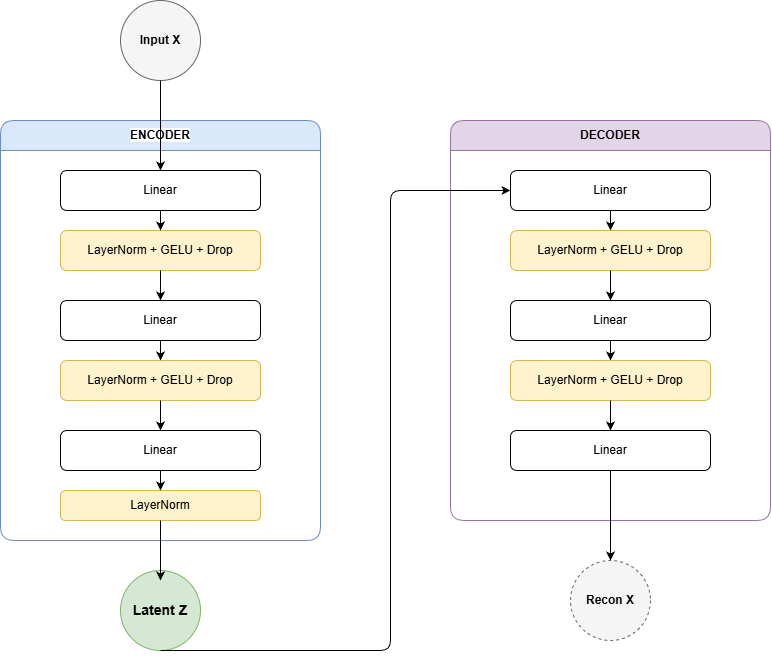
Earlier version of the draw.io export Documentazione/images/modelsss/AutoEncApp2.png (Fonty02/HallucinationDetection). Source tidied: cells renumbered, new cells last; positions are measured from the earlier drawing's top-left corner, leaving out a move shared by most shapes. The source it was exported from:
```xml
<mxGraphModel>
  <root>
    <mxCell id="0" />
    <mxCell id="1" parent="0" />
    <mxCell id="2" value="Input X" style="ellipse;whiteSpace=wrap;html=1;fillColor=#f5f5f5;strokeColor=#666666;fontStyle=1;" parent="1" vertex="1">
      <mxGeometry x="120" width="80" height="80" as="geometry" />
    </mxCell>
    <mxCell id="3" value="&lt;span style=&quot;background-color: light-dark(#ffffff, var(--ge-dark-color, #121212)); line-height: 140%;&quot;&gt;ENCODER&lt;/span&gt;" style="swimlane;whiteSpace=wrap;html=1;fillColor=#dae8fc;strokeColor=#6c8ebf;startSize=30;rounded=1;swimlaneLine=1;" parent="1" vertex="1">
      <mxGeometry y="120" width="320" height="420" as="geometry" />
    </mxCell>
    <mxCell id="4" value="Linear" style="rounded=1;whiteSpace=wrap;html=1;fillColor=#ffffff;strokeColor=#000000;" parent="3" vertex="1">
      <mxGeometry x="60" y="50" width="200" height="40" as="geometry" />
    </mxCell>
    <mxCell id="5" value="LayerNorm + GELU + Drop" style="rounded=1;whiteSpace=wrap;html=1;fillColor=#fff2cc;strokeColor=#d6b656;" parent="3" vertex="1">
      <mxGeometry x="60" y="110" width="200" height="40" as="geometry" />
    </mxCell>
    <mxCell id="6" value="Linear" style="rounded=1;whiteSpace=wrap;html=1;fillColor=#ffffff;strokeColor=#000000;" parent="3" vertex="1">
      <mxGeometry x="60" y="180" width="200" height="40" as="geometry" />
    </mxCell>
    <mxCell id="7" value="LayerNorm + GELU + Drop" style="rounded=1;whiteSpace=wrap;html=1;fillColor=#fff2cc;strokeColor=#d6b656;" parent="3" vertex="1">
      <mxGeometry x="60" y="240" width="200" height="40" as="geometry" />
    </mxCell>
    <mxCell id="8" value="Linear" style="rounded=1;whiteSpace=wrap;html=1;fillColor=#ffffff;strokeColor=#000000;" parent="3" vertex="1">
      <mxGeometry x="60" y="310" width="200" height="40" as="geometry" />
    </mxCell>
    <mxCell id="9" value="LayerNorm" style="rounded=1;whiteSpace=wrap;html=1;fillColor=#fff2cc;strokeColor=#d6b656;" parent="3" vertex="1">
      <mxGeometry x="60" y="370" width="200" height="30" as="geometry" />
    </mxCell>
    <mxCell id="10" parent="3" edge="1" source="4" target="5">
      <mxGeometry relative="1" as="geometry" />
    </mxCell>
    <mxCell id="11" parent="3" edge="1" source="5" target="6">
      <mxGeometry relative="1" as="geometry" />
    </mxCell>
    <mxCell id="12" parent="3" edge="1" source="6" target="7">
      <mxGeometry relative="1" as="geometry" />
    </mxCell>
    <mxCell id="13" parent="3" edge="1" source="7" target="8">
      <mxGeometry relative="1" as="geometry" />
    </mxCell>
    <mxCell id="14" parent="3" edge="1" source="8" target="9">
      <mxGeometry relative="1" as="geometry" />
    </mxCell>
    <mxCell id="15" value="Latent Z" style="ellipse;whiteSpace=wrap;html=1;fillColor=#d5e8d4;strokeColor=#82b366;fontStyle=1;fontSize=14;" parent="1" vertex="1">
      <mxGeometry x="120" y="570" width="80" height="80" as="geometry" />
    </mxCell>
    <mxCell id="16" value="DECODER" style="swimlane;whiteSpace=wrap;html=1;fillColor=#e1d5e7;strokeColor=#9673a6;startSize=30;rounded=1;" parent="1" vertex="1">
      <mxGeometry x="450" y="120" width="320" height="400" as="geometry" />
    </mxCell>
    <mxCell id="17" value="Linear" style="rounded=1;whiteSpace=wrap;html=1;fillColor=#ffffff;strokeColor=#000000;" parent="16" vertex="1">
      <mxGeometry x="60" y="50" width="200" height="40" as="geometry" />
    </mxCell>
    <mxCell id="18" value="LayerNorm + GELU + Drop" style="rounded=1;whiteSpace=wrap;html=1;fillColor=#fff2cc;strokeColor=#d6b656;" parent="16" vertex="1">
      <mxGeometry x="60" y="110" width="200" height="40" as="geometry" />
    </mxCell>
    <mxCell id="19" value="Linear" style="rounded=1;whiteSpace=wrap;html=1;fillColor=#ffffff;strokeColor=#000000;" parent="16" vertex="1">
      <mxGeometry x="60" y="180" width="200" height="40" as="geometry" />
    </mxCell>
    <mxCell id="20" value="LayerNorm + GELU + Drop" style="rounded=1;whiteSpace=wrap;html=1;fillColor=#fff2cc;strokeColor=#d6b656;" parent="16" vertex="1">
      <mxGeometry x="60" y="240" width="200" height="40" as="geometry" />
    </mxCell>
    <mxCell id="21" value="Linear" style="rounded=1;whiteSpace=wrap;html=1;fillColor=#ffffff;strokeColor=#000000;" parent="16" vertex="1">
      <mxGeometry x="60" y="310" width="200" height="40" as="geometry" />
    </mxCell>
    <mxCell id="22" parent="16" edge="1" source="17" target="18">
      <mxGeometry relative="1" as="geometry" />
    </mxCell>
    <mxCell id="23" parent="16" edge="1" source="18" target="19">
      <mxGeometry relative="1" as="geometry" />
    </mxCell>
    <mxCell id="24" parent="16" edge="1" source="19" target="20">
      <mxGeometry relative="1" as="geometry" />
    </mxCell>
    <mxCell id="25" parent="16" edge="1" source="20" target="21">
      <mxGeometry relative="1" as="geometry" />
    </mxCell>
    <mxCell id="26" style="endArrow=classic;html=1;entryX=0;entryY=0.5;entryDx=0;entryDy=0;" parent="16" edge="1" target="17">
      <mxGeometry relative="1" as="geometry">
        <mxPoint x="-290" y="530" as="sourcePoint" />
        <Array as="points">
          <mxPoint x="-60" y="530" />
          <mxPoint x="-60" y="70" />
        </Array>
      </mxGeometry>
    </mxCell>
    <mxCell id="27" value="Recon X" style="ellipse;whiteSpace=wrap;html=1;fillColor=#f5f5f5;strokeColor=#666666;fontStyle=1;dashed=1;" parent="1" vertex="1">
      <mxGeometry x="570" y="560" width="80" height="80" as="geometry" />
    </mxCell>
    <mxCell id="28" style="endArrow=classic;html=1;exitX=0.5;exitY=1;" parent="1" edge="1" source="2" target="4">
      <mxGeometry relative="1" as="geometry" />
    </mxCell>
    <mxCell id="29" style="endArrow=classic;html=1;exitX=0.5;exitY=1;" parent="1" edge="1" source="9">
      <mxGeometry relative="1" as="geometry">
        <mxPoint x="160" y="580" as="targetPoint" />
      </mxGeometry>
    </mxCell>
    <mxCell id="30" style="endArrow=classic;html=1;exitX=0.5;exitY=1;" parent="1" edge="1" source="21" target="27">
      <mxGeometry relative="1" as="geometry" />
    </mxCell>
  </root>
</mxGraphModel>
```
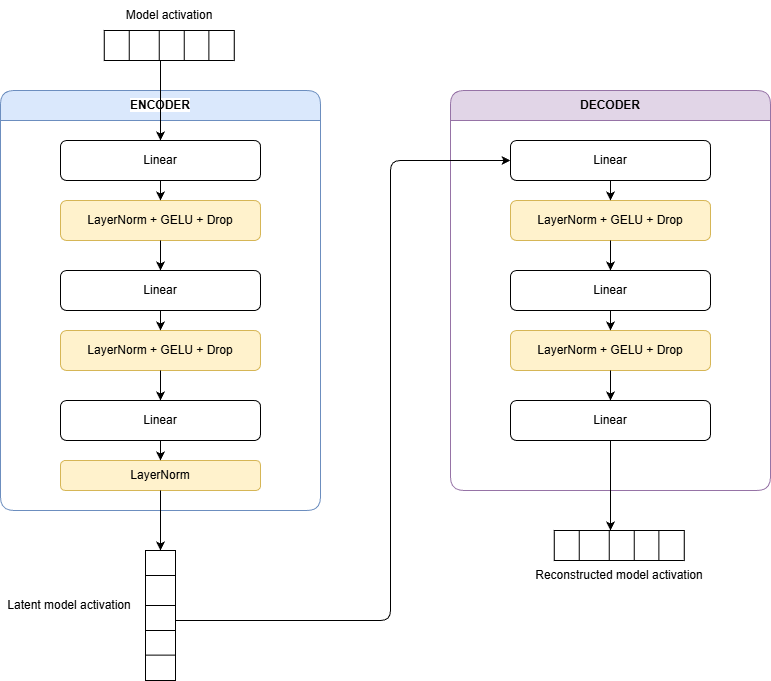
Above is the later version.

Change to the diagram source:
```diff
@@ -2,9 +2,6 @@
   <root>
     <mxCell id="0" />
     <mxCell id="1" parent="0" />
-    <mxCell id="2" value="Input X" style="ellipse;whiteSpace=wrap;html=1;fillColor=#f5f5f5;strokeColor=#666666;fontStyle=1;" parent="1" vertex="1">
-      <mxGeometry x="120" width="80" height="80" as="geometry" />
-    </mxCell>
     <mxCell id="3" value="&lt;span style=&quot;background-color: light-dark(#ffffff, var(--ge-dark-color, #121212)); line-height: 140%;&quot;&gt;ENCODER&lt;/span&gt;" style="swimlane;whiteSpace=wrap;html=1;fillColor=#dae8fc;strokeColor=#6c8ebf;startSize=30;rounded=1;swimlaneLine=1;" parent="1" vertex="1">
       <mxGeometry y="120" width="320" height="420" as="geometry" />
     </mxCell>
@@ -41,9 +38,6 @@
     <mxCell id="14" parent="3" edge="1" source="8" target="9">
       <mxGeometry relative="1" as="geometry" />
     </mxCell>
-    <mxCell id="15" value="Latent Z" style="ellipse;whiteSpace=wrap;html=1;fillColor=#d5e8d4;strokeColor=#82b366;fontStyle=1;fontSize=14;" parent="1" vertex="1">
-      <mxGeometry x="120" y="570" width="80" height="80" as="geometry" />
-    </mxCell>
     <mxCell id="16" value="DECODER" style="swimlane;whiteSpace=wrap;html=1;fillColor=#e1d5e7;strokeColor=#9673a6;startSize=30;rounded=1;" parent="1" vertex="1">
       <mxGeometry x="450" y="120" width="320" height="400" as="geometry" />
     </mxCell>
@@ -83,19 +77,119 @@
         </Array>
       </mxGeometry>
     </mxCell>
-    <mxCell id="27" value="Recon X" style="ellipse;whiteSpace=wrap;html=1;fillColor=#f5f5f5;strokeColor=#666666;fontStyle=1;dashed=1;" parent="1" vertex="1">
-      <mxGeometry x="570" y="560" width="80" height="80" as="geometry" />
-    </mxCell>
-    <mxCell id="28" style="endArrow=classic;html=1;exitX=0.5;exitY=1;" parent="1" edge="1" source="2" target="4">
-      <mxGeometry relative="1" as="geometry" />
+    <mxCell id="28" style="endArrow=classic;html=1;exitX=0.5;exitY=1;" parent="1" edge="1" target="4">
+      <mxGeometry relative="1" as="geometry">
+        <mxPoint x="160" y="80" as="sourcePoint" />
+      </mxGeometry>
     </mxCell>
     <mxCell id="29" style="endArrow=classic;html=1;exitX=0.5;exitY=1;" parent="1" edge="1" source="9">
       <mxGeometry relative="1" as="geometry">
         <mxPoint x="160" y="580" as="targetPoint" />
       </mxGeometry>
     </mxCell>
-    <mxCell id="30" style="endArrow=classic;html=1;exitX=0.5;exitY=1;" parent="1" edge="1" source="21" target="27">
-      <mxGeometry relative="1" as="geometry" />
+    <mxCell id="30" style="endArrow=classic;html=1;exitX=0.5;exitY=1;" parent="1" edge="1" source="21">
+      <mxGeometry relative="1" as="geometry">
+        <mxPoint x="610" y="560" as="targetPoint" />
+      </mxGeometry>
     </mxCell>
+    <mxCell id="31" style="group;rotation=90;" parent="1" vertex="1">
+      <mxGeometry x="153.8" y="10" width="30" height="130" as="geometry" />
+    </mxCell>
+    <mxCell id="32" style="rounded=0;whiteSpace=wrap;html=1;rotation=180;" parent="31" vertex="1">
+      <mxGeometry x="-50" y="50" width="130" height="30" as="geometry" />
+    </mxCell>
+    <mxCell id="33" style="endArrow=none;html=1;rounded=0;exitX=0.195;exitY=0.997;exitDx=0;exitDy=0;exitPerimeter=0;entryX=0.195;entryY=0.003;entryDx=0;entryDy=0;entryPerimeter=0;" parent="31" edge="1" source="32" target="32">
+      <mxGeometry relative="1" as="geometry" />
+    </mxCell>
+    <mxCell id="34" style="endArrow=none;html=1;rounded=0;exitX=0.195;exitY=0.997;exitDx=0;exitDy=0;exitPerimeter=0;entryX=0.195;entryY=0.003;entryDx=0;entryDy=0;entryPerimeter=0;" parent="31" edge="1">
+      <mxGeometry relative="1" as="geometry">
+        <mxPoint x="30" y="50" as="sourcePoint" />
+        <mxPoint x="30" y="80" as="targetPoint" />
+      </mxGeometry>
+    </mxCell>
+    <mxCell id="35" style="endArrow=none;html=1;rounded=0;exitX=0.195;exitY=0.997;exitDx=0;exitDy=0;exitPerimeter=0;entryX=0.195;entryY=0.003;entryDx=0;entryDy=0;entryPerimeter=0;" parent="31" edge="1">
+      <mxGeometry relative="1" as="geometry">
+        <mxPoint x="5" y="50" as="sourcePoint" />
+        <mxPoint x="5" y="80" as="targetPoint" />
+      </mxGeometry>
+    </mxCell>
+    <mxCell id="36" style="endArrow=none;html=1;rounded=0;exitX=0.195;exitY=0.997;exitDx=0;exitDy=0;exitPerimeter=0;entryX=0.195;entryY=0.003;entryDx=0;entryDy=0;entryPerimeter=0;" parent="31" edge="1">
+      <mxGeometry relative="1" as="geometry">
+        <mxPoint x="-25" y="50" as="sourcePoint" />
+        <mxPoint x="-25" y="80" as="targetPoint" />
+        <Array as="points">
+          <mxPoint x="-25" y="60" />
+        </Array>
+      </mxGeometry>
+    </mxCell>
+    <mxCell id="37" value="Model activation" style="text;html=1;whiteSpace=wrap;strokeColor=none;fillColor=none;align=center;verticalAlign=middle;rounded=0;" parent="1" vertex="1">
+      <mxGeometry x="100" y="30" width="137.5" height="30" as="geometry" />
+    </mxCell>
+    <mxCell id="38" style="group;rotation=-180;" parent="1" vertex="1">
+      <mxGeometry x="145" y="580" width="30" height="130" as="geometry" />
+    </mxCell>
+    <mxCell id="39" style="rounded=0;whiteSpace=wrap;html=1;rotation=-90;" parent="38" vertex="1">
+      <mxGeometry x="-50" y="50" width="130" height="30" as="geometry" />
+    </mxCell>
+    <mxCell id="40" style="endArrow=none;html=1;rounded=0;exitX=0.195;exitY=0.997;exitDx=0;exitDy=0;exitPerimeter=0;entryX=0.195;entryY=0.003;entryDx=0;entryDy=0;entryPerimeter=0;" parent="38" edge="1" source="39" target="39">
+      <mxGeometry relative="1" as="geometry" />
+    </mxCell>
+    <mxCell id="41" style="endArrow=none;html=1;rounded=0;exitX=0.195;exitY=0.997;exitDx=0;exitDy=0;exitPerimeter=0;entryX=0.195;entryY=0.003;entryDx=0;entryDy=0;entryPerimeter=0;" parent="38" edge="1">
+      <mxGeometry relative="1" as="geometry">
+        <mxPoint x="30" y="80" as="sourcePoint" />
+        <mxPoint y="80" as="targetPoint" />
+      </mxGeometry>
+    </mxCell>
+    <mxCell id="42" style="endArrow=none;html=1;rounded=0;exitX=0.195;exitY=0.997;exitDx=0;exitDy=0;exitPerimeter=0;entryX=0.195;entryY=0.003;entryDx=0;entryDy=0;entryPerimeter=0;" parent="38" edge="1">
+      <mxGeometry relative="1" as="geometry">
+        <mxPoint x="30" y="55" as="sourcePoint" />
+        <mxPoint y="55" as="targetPoint" />
+      </mxGeometry>
+    </mxCell>
+    <mxCell id="43" style="endArrow=none;html=1;rounded=0;exitX=0.195;exitY=0.997;exitDx=0;exitDy=0;exitPerimeter=0;entryX=0.195;entryY=0.003;entryDx=0;entryDy=0;entryPerimeter=0;" parent="38" edge="1">
+      <mxGeometry relative="1" as="geometry">
+        <mxPoint x="30" y="25" as="sourcePoint" />
+        <mxPoint y="25" as="targetPoint" />
+        <Array as="points">
+          <mxPoint x="20" y="25" />
+        </Array>
+      </mxGeometry>
+    </mxCell>
+    <mxCell id="44" value="Latent model activation" style="text;html=1;whiteSpace=wrap;strokeColor=none;fillColor=none;align=center;verticalAlign=middle;rounded=0;" parent="1" vertex="1">
+      <mxGeometry y="620" width="137.5" height="30" as="geometry" />
+    </mxCell>
+    <mxCell id="45" style="group;rotation=90;" parent="1" vertex="1">
+      <mxGeometry x="603.8" y="510" width="30" height="130" as="geometry" />
+    </mxCell>
+    <mxCell id="46" style="rounded=0;whiteSpace=wrap;html=1;rotation=180;" parent="45" vertex="1">
+      <mxGeometry x="-50" y="50" width="130" height="30" as="geometry" />
+    </mxCell>
+    <mxCell id="47" style="endArrow=none;html=1;rounded=0;exitX=0.195;exitY=0.997;exitDx=0;exitDy=0;exitPerimeter=0;entryX=0.195;entryY=0.003;entryDx=0;entryDy=0;entryPerimeter=0;" parent="45" edge="1" source="46" target="46">
+      <mxGeometry relative="1" as="geometry" />
+    </mxCell>
+    <mxCell id="48" style="endArrow=none;html=1;rounded=0;exitX=0.195;exitY=0.997;exitDx=0;exitDy=0;exitPerimeter=0;entryX=0.195;entryY=0.003;entryDx=0;entryDy=0;entryPerimeter=0;" parent="45" edge="1">
+      <mxGeometry relative="1" as="geometry">
+        <mxPoint x="30" y="50" as="sourcePoint" />
+        <mxPoint x="30" y="80" as="targetPoint" />
+      </mxGeometry>
+    </mxCell>
+    <mxCell id="49" style="endArrow=none;html=1;rounded=0;exitX=0.195;exitY=0.997;exitDx=0;exitDy=0;exitPerimeter=0;entryX=0.195;entryY=0.003;entryDx=0;entryDy=0;entryPerimeter=0;" parent="45" edge="1">
+      <mxGeometry relative="1" as="geometry">
+        <mxPoint x="5" y="50" as="sourcePoint" />
+        <mxPoint x="5" y="80" as="targetPoint" />
+      </mxGeometry>
+    </mxCell>
+    <mxCell id="50" style="endArrow=none;html=1;rounded=0;exitX=0.195;exitY=0.997;exitDx=0;exitDy=0;exitPerimeter=0;entryX=0.195;entryY=0.003;entryDx=0;entryDy=0;entryPerimeter=0;" parent="45" edge="1">
+      <mxGeometry relative="1" as="geometry">
+        <mxPoint x="-25" y="50" as="sourcePoint" />
+        <mxPoint x="-25" y="80" as="targetPoint" />
+        <Array as="points">
+          <mxPoint x="-25" y="60" />
+        </Array>
+      </mxGeometry>
+    </mxCell>
+    <mxCell id="51" value="Reconstructed model activation" style="text;html=1;whiteSpace=wrap;strokeColor=none;fillColor=none;align=center;verticalAlign=middle;rounded=0;" parent="1" vertex="1">
+      <mxGeometry x="530" y="590" width="177.5" height="30" as="geometry" />
+    </mxCell>
   </root>
 </mxGraphModel>
```
